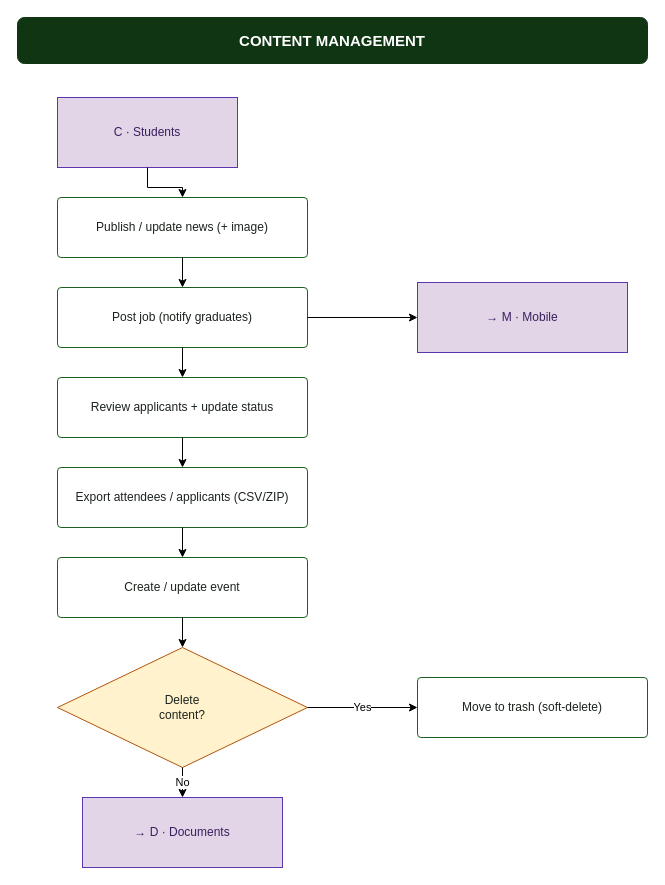
Earlier version of the draw.io diagram page "Admin — Content" (4 of 8) of docs/reunio-admin-flow.drawio (dibidjims17/Alumni-System). Source tidied: cells renumbered, new cells numbered last; positions are measured from the earlier drawing's top-left corner, leaving out a move shared by most shapes. Both pictures are drawn from the tidied source at 100%, with x=0, y=0 at pixel (17, 17).
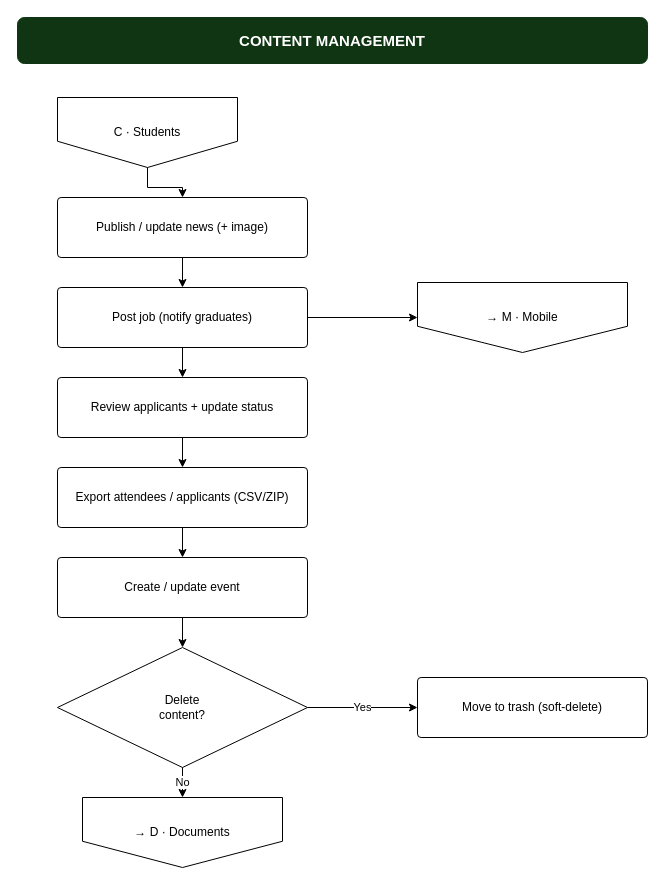
After the change.

Change to the diagram source:
```diff
@@
-    <mxCell id="3" value="C · Students" style="shape=rectangle;rounded=0;whiteSpace=wrap;html=1;fillColor=#e1d5e7;strokeColor=#5e35b1;fontSize=12;fontColor=#3b1f5e;" parent="1" vertex="1">
+    <mxCell id="3" value="C · Students" style="shape=offPageConnector;whiteSpace=wrap;html=1;fontSize=12;" parent="1" vertex="1">
       <mxGeometry x="40" y="80" width="180" height="70" as="geometry" />
     </mxCell>
-    <mxCell id="4" value="Publish / update news (+ image)" style="shape=mxgraph.flowchart.process;whiteSpace=wrap;html=1;fillColor=#ffffff;strokeColor=#1B5E20;fontSize=12;fontColor=#1B231D;" parent="1" vertex="1">
+    <mxCell id="4" value="Publish / update news (+ image)" style="shape=mxgraph.flowchart.process;whiteSpace=wrap;html=1;fontSize=12;" parent="1" vertex="1">
       <mxGeometry x="40" y="180" width="250" height="60" as="geometry" />
     </mxCell>
-    <mxCell id="5" value="Post job (notify graduates)" style="shape=mxgraph.flowchart.process;whiteSpace=wrap;html=1;fillColor=#ffffff;strokeColor=#1B5E20;fontSize=12;fontColor=#1B231D;" parent="1" vertex="1">
+    <mxCell id="5" value="Post job (notify graduates)" style="shape=mxgraph.flowchart.process;whiteSpace=wrap;html=1;fontSize=12;" parent="1" vertex="1">
       <mxGeometry x="40" y="270" width="250" height="60" as="geometry" />
     </mxCell>
-    <mxCell id="6" value="→ M · Mobile" style="shape=rectangle;rounded=0;whiteSpace=wrap;html=1;fillColor=#e1d5e7;strokeColor=#5e35b1;fontSize=12;fontColor=#3b1f5e;" parent="1" vertex="1">
+    <mxCell id="6" value="→ M · Mobile" style="shape=offPageConnector;whiteSpace=wrap;html=1;fontSize=12;" parent="1" vertex="1">
       <mxGeometry x="400" y="265" width="210" height="70" as="geometry" />
     </mxCell>
-    <mxCell id="7" value="Review applicants + update status" style="shape=mxgraph.flowchart.process;whiteSpace=wrap;html=1;fillColor=#ffffff;strokeColor=#1B5E20;fontSize=12;fontColor=#1B231D;" parent="1" vertex="1">
+    <mxCell id="7" value="Review applicants + update status" style="shape=mxgraph.flowchart.process;whiteSpace=wrap;html=1;fontSize=12;" parent="1" vertex="1">
       <mxGeometry x="40" y="360" width="250" height="60" as="geometry" />
     </mxCell>
-    <mxCell id="8" value="Export attendees / applicants (CSV/ZIP)" style="shape=mxgraph.flowchart.process;whiteSpace=wrap;html=1;fillColor=#ffffff;strokeColor=#1B5E20;fontSize=12;fontColor=#1B231D;" parent="1" vertex="1">
+    <mxCell id="8" value="Export attendees / applicants (CSV/ZIP)" style="shape=mxgraph.flowchart.process;whiteSpace=wrap;html=1;fontSize=12;" parent="1" vertex="1">
       <mxGeometry x="40" y="450" width="250" height="60" as="geometry" />
     </mxCell>
-    <mxCell id="9" value="Create / update event" style="shape=mxgraph.flowchart.process;whiteSpace=wrap;html=1;fillColor=#ffffff;strokeColor=#1B5E20;fontSize=12;fontColor=#1B231D;" parent="1" vertex="1">
+    <mxCell id="9" value="Create / update event" style="shape=mxgraph.flowchart.process;whiteSpace=wrap;html=1;fontSize=12;" parent="1" vertex="1">
       <mxGeometry x="40" y="540" width="250" height="60" as="geometry" />
     </mxCell>
-    <mxCell id="10" value="Delete&#10;content?" style="shape=mxgraph.flowchart.decision;whiteSpace=wrap;html=1;fillColor=#fff2cc;strokeColor=#B45309;fontSize=12;fontColor=#1B231D;" parent="1" vertex="1">
+    <mxCell id="10" value="Delete&#10;content?" style="shape=mxgraph.flowchart.decision;whiteSpace=wrap;html=1;fontSize=12;" parent="1" vertex="1">
       <mxGeometry x="40" y="630" width="250" height="120" as="geometry" />
     </mxCell>
-    <mxCell id="11" value="Move to trash (soft-delete)" style="shape=mxgraph.flowchart.process;whiteSpace=wrap;html=1;fillColor=#ffffff;strokeColor=#1B5E20;fontSize=12;fontColor=#1B231D;" parent="1" vertex="1">
+    <mxCell id="11" value="Move to trash (soft-delete)" style="shape=mxgraph.flowchart.process;whiteSpace=wrap;html=1;fontSize=12;" parent="1" vertex="1">
       <mxGeometry x="400" y="660" width="230" height="60" as="geometry" />
     </mxCell>
-    <mxCell id="12" value="→ D · Documents" style="shape=rectangle;rounded=0;whiteSpace=wrap;html=1;fillColor=#e1d5e7;strokeColor=#5e35b1;fontSize=12;fontColor=#3b1f5e;" parent="1" vertex="1">
+    <mxCell id="12" value="→ D · Documents" style="shape=offPageConnector;whiteSpace=wrap;html=1;fontSize=12;" parent="1" vertex="1">
       <mxGeometry x="65" y="780" width="200" height="70" as="geometry" />
     </mxCell>
```
